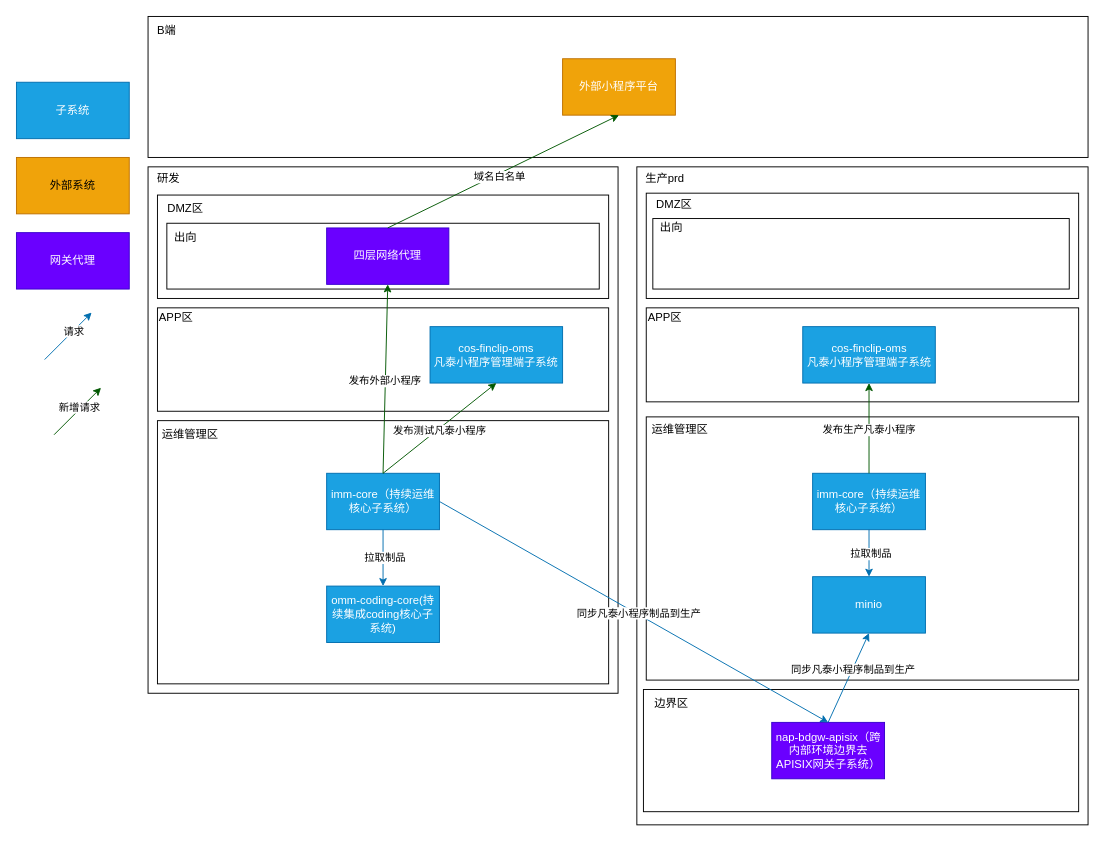
lao-chengyong/- keeps this draw.io diagram as 小程序发布部署架构图-2.1-IMM直接发.drawio. Above is the earlier version. Source tidied: cells renumbered, new cells numbered last; positions are measured from the earlier drawing's top-left corner, leaving out a move shared by most shapes. Both pictures are drawn from the tidied source at 94%, with x=0, y=0 at pixel (16, 16).
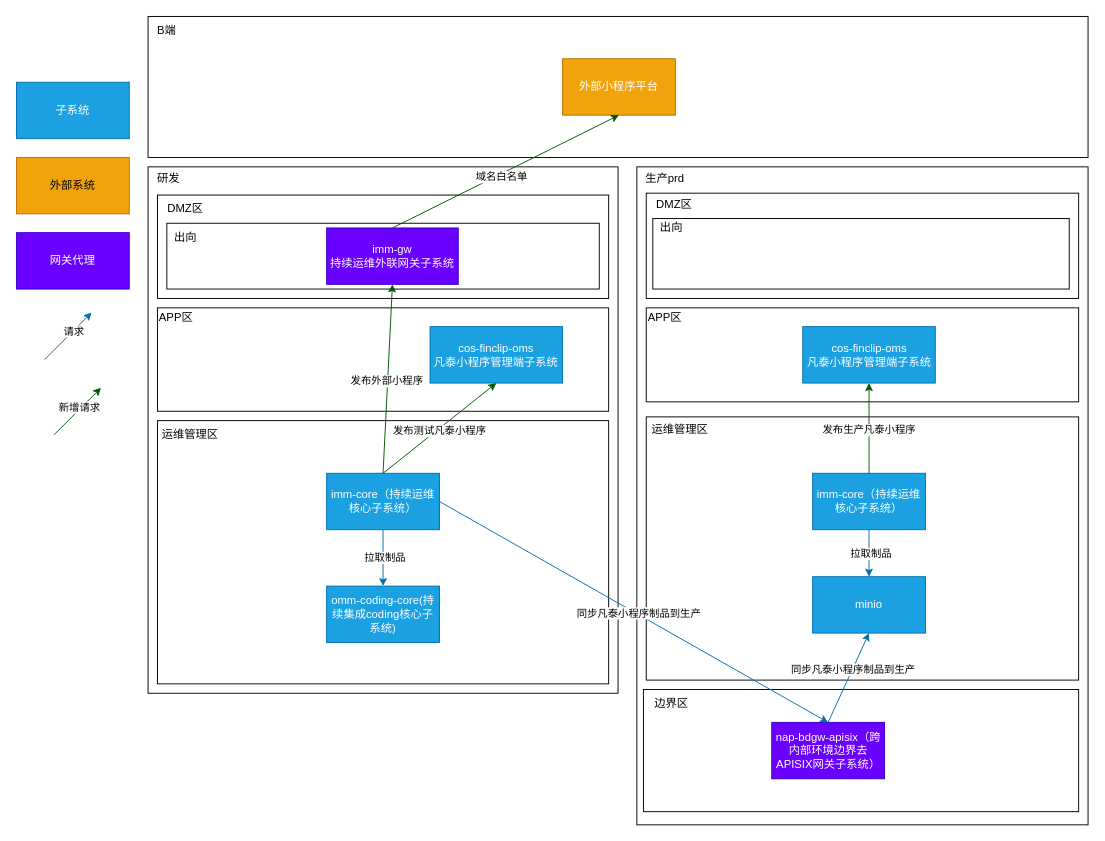
Above is the later version.

Commit message:
更新小程序发布部署架构图-2.1-IMM直接发.drawio

Change to the diagram source:
```diff
@@
-    <mxCell id="16" value="四层网络代理" style="rounded=0;whiteSpace=wrap;html=1;fillColor=#6a00ff;fontColor=#ffffff;strokeColor=#3700CC;" parent="1" vertex="1">
-      <mxGeometry x="330" y="225" width="130" height="60" as="geometry" />
+    <mxCell id="16" value="imm-gw&lt;div&gt;持续运维外联网关子系统&lt;/div&gt;" style="rounded=0;whiteSpace=wrap;html=1;fillColor=#6a00ff;fontColor=#ffffff;strokeColor=#3700CC;" parent="1" vertex="1">
+      <mxGeometry x="330" y="225" width="140" height="60" as="geometry" />
     </mxCell>
```
